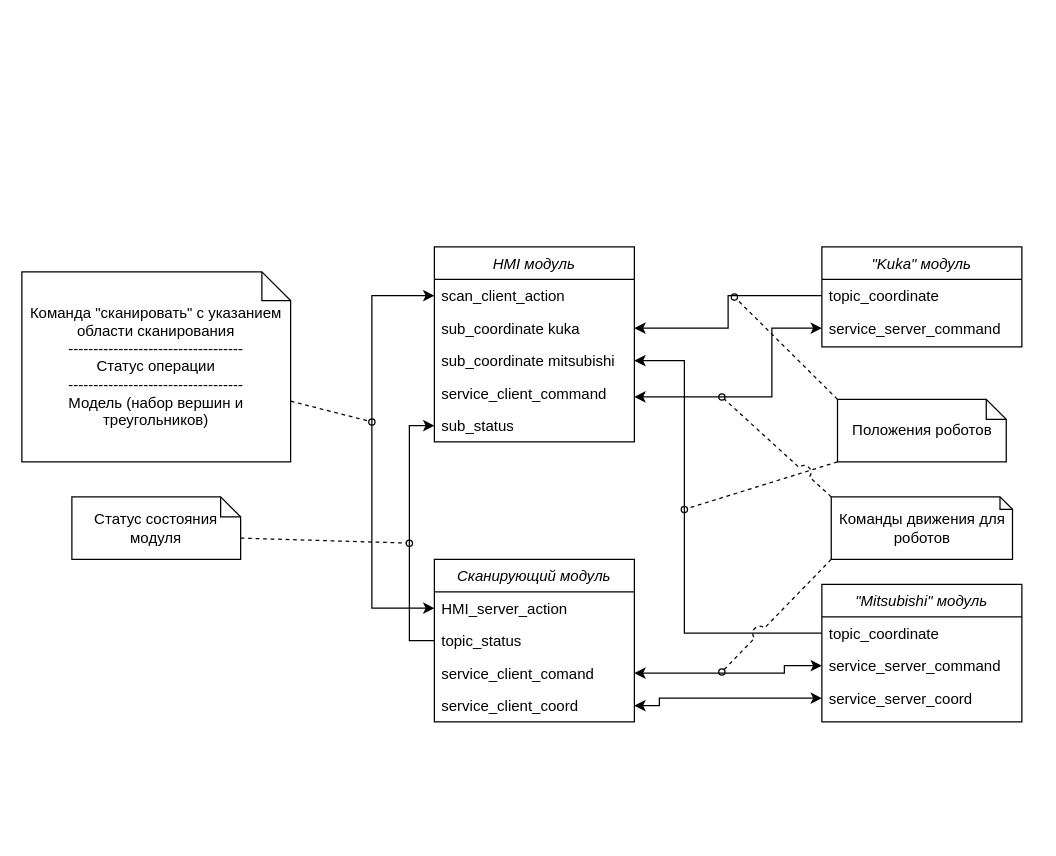
Above: UIElementsSchema/CommunicateStructure.drawio in zik-888/DemonOLP (draw.io), before the change. Source tidied: cells renumbered, new cells numbered last; positions are measured from the earlier drawing's top-left corner, leaving out a move shared by most shapes. Both pictures are drawn from the tidied source at 125%, with x=0, y=0 at pixel (21, 246).
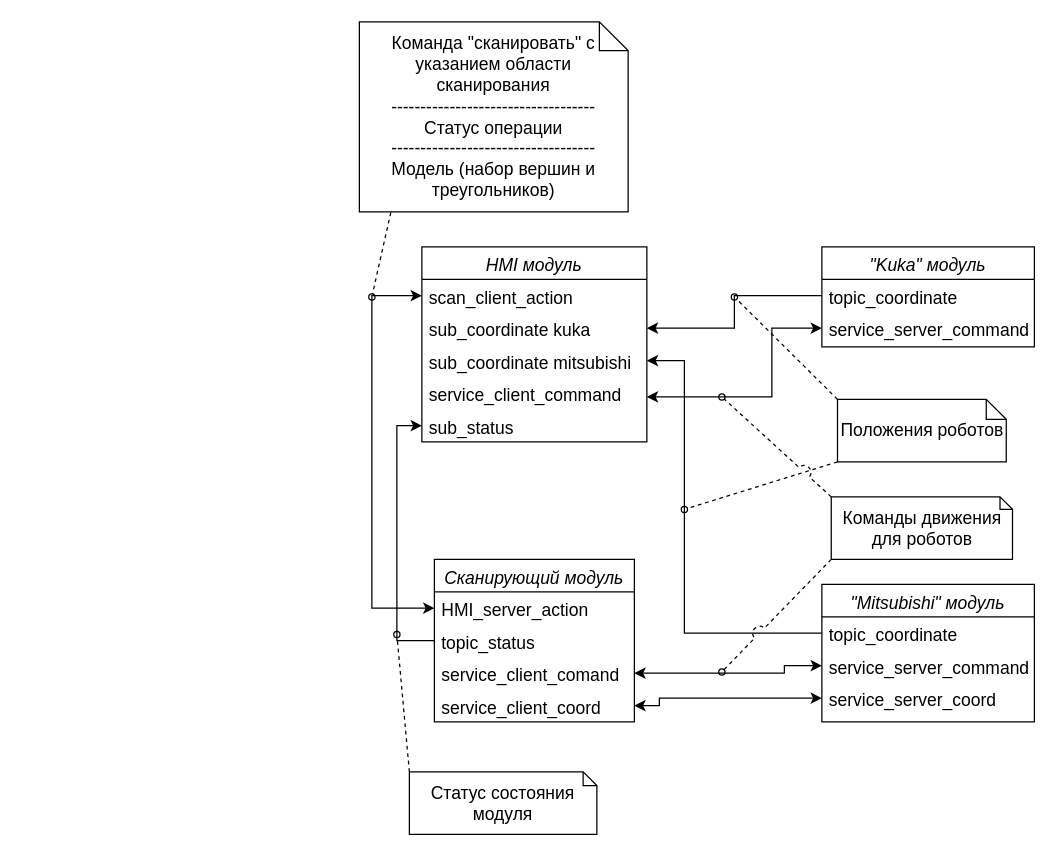
The same page after the edit.

What changed in the source:
```diff
@@
-    <mxCell id="2" value="&quot;Kuka&quot; модуль" style="swimlane;fontStyle=2;align=center;verticalAlign=top;horizontal=1;startSize=26;rounded=0;shadow=0;strokeWidth=1;" parent="1" vertex="1">
-      <mxGeometry x="640" width="160" height="80" as="geometry" />
+    <mxCell id="2" value="&quot;Kuka&quot; модуль" style="swimlane;fontStyle=2;align=center;verticalAlign=top;horizontal=1;startSize=26;rounded=0;shadow=0;strokeWidth=1;fontSize=14;" parent="1" vertex="1">
+      <mxGeometry x="640" width="170" height="80" as="geometry" />
     </mxCell>
-    <mxCell id="3" value="topic_coordinate" style="text;align=left;verticalAlign=top;spacingLeft=4;spacingRight=4;overflow=hidden;points=[[0,0.5],[1,0.5]];portConstraint=eastwest;" parent="2" vertex="1">
-      <mxGeometry y="26" width="160" height="26" as="geometry" />
+    <mxCell id="3" value="topic_coordinate" style="text;align=left;verticalAlign=top;spacingLeft=4;spacingRight=4;overflow=hidden;points=[[0,0.5],[1,0.5]];portConstraint=eastwest;fontSize=14;" parent="2" vertex="1">
+      <mxGeometry y="26" width="170" height="26" as="geometry" />
     </mxCell>
-    <mxCell id="4" value="service_server_command" style="text;align=left;verticalAlign=top;spacingLeft=4;spacingRight=4;overflow=hidden;points=[[0,0.5],[1,0.5]];portConstraint=eastwest;rounded=0;shadow=0;html=0;" parent="2" vertex="1">
-      <mxGeometry y="52" width="160" height="26" as="geometry" />
+    <mxCell id="4" value="service_server_command" style="text;align=left;verticalAlign=top;spacingLeft=4;spacingRight=4;overflow=hidden;points=[[0,0.5],[1,0.5]];portConstraint=eastwest;rounded=0;shadow=0;html=0;fontSize=14;" parent="2" vertex="1">
+      <mxGeometry y="52" width="170" height="26" as="geometry" />
     </mxCell>
-    <mxCell id="5" value="&quot;Mitsubishi&quot; модуль" style="swimlane;fontStyle=2;align=center;verticalAlign=top;horizontal=1;startSize=26;rounded=0;shadow=0;strokeWidth=1;" parent="1" vertex="1">
-      <mxGeometry x="640" y="270" width="160" height="110" as="geometry" />
+    <mxCell id="5" value="&quot;Mitsubishi&quot; модуль" style="swimlane;fontStyle=2;align=center;verticalAlign=top;horizontal=1;startSize=26;rounded=0;shadow=0;strokeWidth=1;fontSize=14;" parent="1" vertex="1">
+      <mxGeometry x="640" y="270" width="170" height="110" as="geometry" />
     </mxCell>
-    <mxCell id="6" value="topic_coordinate" style="text;align=left;verticalAlign=top;spacingLeft=4;spacingRight=4;overflow=hidden;points=[[0,0.5],[1,0.5]];portConstraint=eastwest;" parent="5" vertex="1">
-      <mxGeometry y="26" width="160" height="26" as="geometry" />
+    <mxCell id="6" value="topic_coordinate" style="text;align=left;verticalAlign=top;spacingLeft=4;spacingRight=4;overflow=hidden;points=[[0,0.5],[1,0.5]];portConstraint=eastwest;fontSize=14;" parent="5" vertex="1">
+      <mxGeometry y="26" width="170" height="26" as="geometry" />
     </mxCell>
-    <mxCell id="7" value="service_server_command" style="text;align=left;verticalAlign=top;spacingLeft=4;spacingRight=4;overflow=hidden;points=[[0,0.5],[1,0.5]];portConstraint=eastwest;rounded=0;shadow=0;html=0;" parent="5" vertex="1">
-      <mxGeometry y="52" width="160" height="26" as="geometry" />
+    <mxCell id="7" value="service_server_command" style="text;align=left;verticalAlign=top;spacingLeft=4;spacingRight=4;overflow=hidden;points=[[0,0.5],[1,0.5]];portConstraint=eastwest;rounded=0;shadow=0;html=0;fontSize=14;" parent="5" vertex="1">
+      <mxGeometry y="52" width="170" height="26" as="geometry" />
     </mxCell>
-    <mxCell id="8" value="service_server_coord" style="text;align=left;verticalAlign=top;spacingLeft=4;spacingRight=4;overflow=hidden;points=[[0,0.5],[1,0.5]];portConstraint=eastwest;rounded=0;shadow=0;html=0;" parent="5" vertex="1">
-      <mxGeometry y="78" width="160" height="26" as="geometry" />
+    <mxCell id="8" value="service_server_coord" style="text;align=left;verticalAlign=top;spacingLeft=4;spacingRight=4;overflow=hidden;points=[[0,0.5],[1,0.5]];portConstraint=eastwest;rounded=0;shadow=0;html=0;fontSize=14;" parent="5" vertex="1">
+      <mxGeometry y="78" width="170" height="26" as="geometry" />
     </mxCell>
-    <mxCell id="9" value="Сканирующий модуль" style="swimlane;fontStyle=2;align=center;verticalAlign=top;horizontal=1;startSize=26;rounded=0;shadow=0;strokeWidth=1;" parent="1" vertex="1">
+    <mxCell id="9" value="Сканирующий модуль" style="swimlane;fontStyle=2;align=center;verticalAlign=top;horizontal=1;startSize=26;rounded=0;shadow=0;strokeWidth=1;fontSize=14;" parent="1" vertex="1">
       <mxGeometry x="330" y="250" width="160" height="130" as="geometry" />
     </mxCell>
-    <mxCell id="10" value="HMI_server_action" style="text;align=left;verticalAlign=top;spacingLeft=4;spacingRight=4;overflow=hidden;points=[[0,0.5],[1,0.5]];portConstraint=eastwest;" parent="9" vertex="1">
+    <mxCell id="10" value="HMI_server_action" style="text;align=left;verticalAlign=top;spacingLeft=4;spacingRight=4;overflow=hidden;points=[[0,0.5],[1,0.5]];portConstraint=eastwest;fontSize=14;" parent="9" vertex="1">
       <mxGeometry y="26" width="160" height="26" as="geometry" />
     </mxCell>
-    <mxCell id="11" value="topic_status" style="text;align=left;verticalAlign=top;spacingLeft=4;spacingRight=4;overflow=hidden;points=[[0,0.5],[1,0.5]];portConstraint=eastwest;rounded=0;shadow=0;html=0;" parent="9" vertex="1">
+    <mxCell id="11" value="topic_status" style="text;align=left;verticalAlign=top;spacingLeft=4;spacingRight=4;overflow=hidden;points=[[0,0.5],[1,0.5]];portConstraint=eastwest;rounded=0;shadow=0;html=0;fontSize=14;" parent="9" vertex="1">
       <mxGeometry y="52" width="160" height="26" as="geometry" />
     </mxCell>
-    <mxCell id="12" value="service_client_comand" style="text;align=left;verticalAlign=top;spacingLeft=4;spacingRight=4;overflow=hidden;points=[[0,0.5],[1,0.5]];portConstraint=eastwest;rounded=0;shadow=0;html=0;" parent="9" vertex="1">
+    <mxCell id="12" value="service_client_comand" style="text;align=left;verticalAlign=top;spacingLeft=4;spacingRight=4;overflow=hidden;points=[[0,0.5],[1,0.5]];portConstraint=eastwest;rounded=0;shadow=0;html=0;fontSize=14;" parent="9" vertex="1">
       <mxGeometry y="78" width="160" height="26" as="geometry" />
     </mxCell>
-    <mxCell id="13" value="service_client_coord" style="text;align=left;verticalAlign=top;spacingLeft=4;spacingRight=4;overflow=hidden;points=[[0,0.5],[1,0.5]];portConstraint=eastwest;rounded=0;shadow=0;html=0;" parent="9" vertex="1">
+    <mxCell id="13" value="service_client_coord" style="text;align=left;verticalAlign=top;spacingLeft=4;spacingRight=4;overflow=hidden;points=[[0,0.5],[1,0.5]];portConstraint=eastwest;rounded=0;shadow=0;html=0;fontSize=14;" parent="9" vertex="1">
       <mxGeometry y="104" width="160" height="26" as="geometry" />
     </mxCell>
-    <mxCell id="14" value="HMI модуль" style="swimlane;fontStyle=2;align=center;verticalAlign=top;horizontal=1;startSize=26;rounded=0;shadow=0;strokeWidth=1;" parent="1" vertex="1">
-      <mxGeometry x="330" width="160" height="156" as="geometry" />
+    <mxCell id="14" value="HMI модуль" style="swimlane;fontStyle=2;align=center;verticalAlign=top;horizontal=1;startSize=26;rounded=0;shadow=0;strokeWidth=1;fontSize=14;" parent="1" vertex="1">
+      <mxGeometry x="320" width="180" height="156" as="geometry" />
     </mxCell>
-    <mxCell id="15" value="scan_client_action" style="text;align=left;verticalAlign=top;spacingLeft=4;spacingRight=4;overflow=hidden;points=[[0,0.5],[1,0.5]];portConstraint=eastwest;" parent="14" vertex="1">
-      <mxGeometry y="26" width="160" height="26" as="geometry" />
+    <mxCell id="15" value="scan_client_action" style="text;align=left;verticalAlign=top;spacingLeft=4;spacingRight=4;overflow=hidden;points=[[0,0.5],[1,0.5]];portConstraint=eastwest;fontSize=14;" parent="14" vertex="1">
+      <mxGeometry y="26" width="180" height="26" as="geometry" />
     </mxCell>
-    <mxCell id="16" value="sub_coordinate kuka" style="text;align=left;verticalAlign=top;spacingLeft=4;spacingRight=4;overflow=hidden;points=[[0,0.5],[1,0.5]];portConstraint=eastwest;rounded=0;shadow=0;html=0;" parent="14" vertex="1">
-      <mxGeometry y="52" width="160" height="26" as="geometry" />
+    <mxCell id="16" value="sub_coordinate kuka" style="text;align=left;verticalAlign=top;spacingLeft=4;spacingRight=4;overflow=hidden;points=[[0,0.5],[1,0.5]];portConstraint=eastwest;rounded=0;shadow=0;html=0;fontSize=14;" parent="14" vertex="1">
+      <mxGeometry y="52" width="180" height="26" as="geometry" />
     </mxCell>
-    <mxCell id="17" value="sub_coordinate mitsubishi" style="text;align=left;verticalAlign=top;spacingLeft=4;spacingRight=4;overflow=hidden;points=[[0,0.5],[1,0.5]];portConstraint=eastwest;rounded=0;shadow=0;html=0;" parent="14" vertex="1">
-      <mxGeometry y="78" width="160" height="26" as="geometry" />
+    <mxCell id="17" value="sub_coordinate mitsubishi" style="text;align=left;verticalAlign=top;spacingLeft=4;spacingRight=4;overflow=hidden;points=[[0,0.5],[1,0.5]];portConstraint=eastwest;rounded=0;shadow=0;html=0;fontSize=14;" parent="14" vertex="1">
+      <mxGeometry y="78" width="180" height="26" as="geometry" />
     </mxCell>
-    <mxCell id="18" value="service_client_command" style="text;align=left;verticalAlign=top;spacingLeft=4;spacingRight=4;overflow=hidden;points=[[0,0.5],[1,0.5]];portConstraint=eastwest;rounded=0;shadow=0;html=0;" parent="14" vertex="1">
-      <mxGeometry y="104" width="160" height="26" as="geometry" />
+    <mxCell id="18" value="service_client_command" style="text;align=left;verticalAlign=top;spacingLeft=4;spacingRight=4;overflow=hidden;points=[[0,0.5],[1,0.5]];portConstraint=eastwest;rounded=0;shadow=0;html=0;fontSize=14;" parent="14" vertex="1">
+      <mxGeometry y="104" width="180" height="26" as="geometry" />
     </mxCell>
-    <mxCell id="19" value="sub_status" style="text;align=left;verticalAlign=top;spacingLeft=4;spacingRight=4;overflow=hidden;points=[[0,0.5],[1,0.5]];portConstraint=eastwest;rounded=0;shadow=0;html=0;" parent="14" vertex="1">
-      <mxGeometry y="130" width="160" height="26" as="geometry" />
+    <mxCell id="19" value="sub_status" style="text;align=left;verticalAlign=top;spacingLeft=4;spacingRight=4;overflow=hidden;points=[[0,0.5],[1,0.5]];portConstraint=eastwest;rounded=0;shadow=0;html=0;fontSize=14;" parent="14" vertex="1">
+      <mxGeometry y="130" width="180" height="26" as="geometry" />
     </mxCell>
-    <mxCell id="20" style="edgeStyle=orthogonalEdgeStyle;rounded=0;jettySize=auto;html=1;exitX=0;exitY=0.5;exitDx=0;exitDy=0;entryX=0;entryY=0.5;entryDx=0;entryDy=0;startArrow=classic;startFill=1;" parent="1" edge="1" source="10" target="15">
+    <mxCell id="20" style="edgeStyle=orthogonalEdgeStyle;rounded=0;jettySize=auto;html=1;exitX=0;exitY=0.5;exitDx=0;exitDy=0;entryX=0;entryY=0.5;entryDx=0;entryDy=0;startArrow=classic;startFill=1;fontSize=14;" parent="1" edge="1" source="10" target="15">
       <mxGeometry relative="1" as="geometry">
         <Array as="points">
           <mxPoint x="280" y="289" />
           <mxPoint x="280" y="39" />
         </Array>
       </mxGeometry>
     </mxCell>
-    <mxCell id="21" style="edgeStyle=orthogonalEdgeStyle;rounded=0;jettySize=auto;html=1;entryX=0;entryY=0.5;entryDx=0;entryDy=0;startArrow=none;startFill=0;" parent="1" edge="1" source="11" target="19">
+    <mxCell id="21" style="edgeStyle=orthogonalEdgeStyle;rounded=0;jettySize=auto;html=1;entryX=0;entryY=0.5;entryDx=0;entryDy=0;startArrow=none;startFill=0;fontSize=14;" parent="1" edge="1" source="11" target="19">
       <mxGeometry relative="1" as="geometry" />
     </mxCell>
-    <mxCell id="22" style="edgeStyle=orthogonalEdgeStyle;rounded=0;jettySize=auto;html=1;exitX=0;exitY=0.5;exitDx=0;exitDy=0;startArrow=classic;startFill=1;" parent="1" edge="1" source="7" target="12">
+    <mxCell id="22" style="edgeStyle=orthogonalEdgeStyle;rounded=0;jettySize=auto;html=1;exitX=0;exitY=0.5;exitDx=0;exitDy=0;startArrow=classic;startFill=1;fontSize=14;" parent="1" edge="1" source="7" target="12">
       <mxGeometry relative="1" as="geometry">
         <Array as="points">
           <mxPoint x="610" y="335" />
           <mxPoint x="610" y="341" />
         </Array>
       </mxGeometry>
     </mxCell>
-    <mxCell id="23" style="edgeStyle=orthogonalEdgeStyle;rounded=0;jettySize=auto;html=1;startArrow=classic;startFill=1;exitX=0;exitY=0.5;exitDx=0;exitDy=0;" parent="1" edge="1" source="8" target="13">
+    <mxCell id="23" style="edgeStyle=orthogonalEdgeStyle;rounded=0;jettySize=auto;html=1;startArrow=classic;startFill=1;exitX=0;exitY=0.5;exitDx=0;exitDy=0;fontSize=14;" parent="1" edge="1" source="8" target="13">
       <mxGeometry relative="1" as="geometry">
         <Array as="points">
           <mxPoint x="510" y="361" />
           <mxPoint x="510" y="367" />
         </Array>
       </mxGeometry>
     </mxCell>
-    <mxCell id="24" style="edgeStyle=orthogonalEdgeStyle;rounded=0;jettySize=auto;html=1;exitX=0;exitY=0.5;exitDx=0;exitDy=0;startArrow=none;startFill=0;entryX=1;entryY=0.5;entryDx=0;entryDy=0;" parent="1" edge="1" source="6" target="17">
+    <mxCell id="24" style="edgeStyle=orthogonalEdgeStyle;rounded=0;jettySize=auto;html=1;exitX=0;exitY=0.5;exitDx=0;exitDy=0;startArrow=none;startFill=0;entryX=1;entryY=0.5;entryDx=0;entryDy=0;fontSize=14;" parent="1" edge="1" source="6" target="17">
       <mxGeometry relative="1" as="geometry">
         <Array as="points">
           <mxPoint x="530" y="309" />
           <mxPoint x="530" y="91" />
         </Array>
       </mxGeometry>
     </mxCell>
-    <mxCell id="25" style="edgeStyle=orthogonalEdgeStyle;rounded=0;jettySize=auto;html=1;startArrow=none;startFill=0;" parent="1" edge="1" source="3" target="16">
+    <mxCell id="25" style="edgeStyle=orthogonalEdgeStyle;rounded=0;jettySize=auto;html=1;startArrow=none;startFill=0;fontSize=14;" parent="1" edge="1" source="3" target="16">
       <mxGeometry relative="1" as="geometry" />
     </mxCell>
-    <mxCell id="26" style="edgeStyle=orthogonalEdgeStyle;rounded=0;jettySize=auto;html=1;startArrow=classic;startFill=1;" parent="1" edge="1" source="4" target="18">
+    <mxCell id="26" style="edgeStyle=orthogonalEdgeStyle;rounded=0;jettySize=auto;html=1;startArrow=classic;startFill=1;fontSize=14;" parent="1" edge="1" source="4" target="18">
       <mxGeometry relative="1" as="geometry">
         <Array as="points">
           <mxPoint x="600" y="65" />
           <mxPoint x="600" y="120" />
         </Array>
       </mxGeometry>
     </mxCell>
-    <mxCell id="27" style="edgeStyle=none;rounded=0;html=1;labelBackgroundColor=none;startArrow=none;startFill=0;startSize=5;endArrow=oval;endFill=0;endSize=5;jettySize=auto;strokeWidth=1;fontFamily=Verdana;fontSize=12;dashed=1;" parent="1" edge="1" source="28">
+    <mxCell id="27" style="edgeStyle=none;rounded=0;html=1;labelBackgroundColor=none;startArrow=none;startFill=0;startSize=5;endArrow=oval;endFill=0;endSize=5;jettySize=auto;strokeWidth=1;fontFamily=Verdana;fontSize=14;dashed=1;exitX=0.117;exitY=1.003;exitDx=0;exitDy=0;exitPerimeter=0;" parent="1" edge="1" source="28">
       <mxGeometry relative="1" as="geometry">
-        <mxPoint x="280" y="140" as="targetPoint" />
+        <mxPoint x="280" y="40" as="targetPoint" />
       </mxGeometry>
     </mxCell>
-    <mxCell id="28" value="&lt;span style=&quot;font-family: &amp;#34;helvetica&amp;#34;&quot;&gt;Команда &quot;сканировать&quot; с указанием области сканирования&lt;/span&gt;&lt;br style=&quot;font-family: &amp;#34;helvetica&amp;#34;&quot;&gt;&lt;span style=&quot;font-family: &amp;#34;helvetica&amp;#34;&quot;&gt;-----------------------------------&lt;/span&gt;&lt;br style=&quot;font-family: &amp;#34;helvetica&amp;#34;&quot;&gt;&lt;span style=&quot;font-family: &amp;#34;helvetica&amp;#34;&quot;&gt;Статус операции&lt;/span&gt;&lt;br style=&quot;font-family: &amp;#34;helvetica&amp;#34;&quot;&gt;&lt;span style=&quot;font-family: &amp;#34;helvetica&amp;#34;&quot;&gt;-----------------------------------&lt;/span&gt;&lt;br style=&quot;font-family: &amp;#34;helvetica&amp;#34;&quot;&gt;&lt;span style=&quot;font-family: &amp;#34;helvetica&amp;#34;&quot;&gt;Модель (набор вершин и треугольников)&lt;/span&gt;" style="shape=note;whiteSpace=wrap;html=1;rounded=0;shadow=0;comic=0;labelBackgroundColor=none;strokeWidth=1;fontFamily=Verdana;fontSize=12;align=center;size=23;" parent="1" vertex="1">
-      <mxGeometry y="20" width="215" height="152" as="geometry" />
+    <mxCell id="28" value="&lt;span style=&quot;font-family: helvetica; font-size: 14px;&quot;&gt;Команда &quot;сканировать&quot; с указанием области сканирования&lt;/span&gt;&lt;br style=&quot;font-family: helvetica; font-size: 14px;&quot;&gt;&lt;span style=&quot;font-family: helvetica; font-size: 14px;&quot;&gt;-----------------------------------&lt;/span&gt;&lt;br style=&quot;font-family: helvetica; font-size: 14px;&quot;&gt;&lt;span style=&quot;font-family: helvetica; font-size: 14px;&quot;&gt;Статус операции&lt;/span&gt;&lt;br style=&quot;font-family: helvetica; font-size: 14px;&quot;&gt;&lt;span style=&quot;font-family: helvetica; font-size: 14px;&quot;&gt;-----------------------------------&lt;/span&gt;&lt;br style=&quot;font-family: helvetica; font-size: 14px;&quot;&gt;&lt;span style=&quot;font-family: helvetica; font-size: 14px;&quot;&gt;Модель (набор вершин и треугольников)&lt;/span&gt;" style="shape=note;whiteSpace=wrap;html=1;rounded=0;shadow=0;comic=0;labelBackgroundColor=none;strokeWidth=1;fontFamily=Verdana;fontSize=14;align=center;size=23;" parent="1" vertex="1">
+      <mxGeometry x="270" y="-180" width="215" height="152" as="geometry" />
     </mxCell>
-    <mxCell id="29" value="&lt;font face=&quot;helvetica&quot;&gt;Статус состояния модуля&lt;/font&gt;" style="shape=note;whiteSpace=wrap;html=1;rounded=0;shadow=0;comic=0;labelBackgroundColor=none;strokeWidth=1;fontFamily=Verdana;fontSize=12;align=center;size=16;" parent="1" vertex="1">
-      <mxGeometry x="40" y="200" width="135" height="50" as="geometry" />
+    <mxCell id="29" value="&lt;font face=&quot;helvetica&quot; style=&quot;font-size: 14px;&quot;&gt;Статус состояния модуля&lt;/font&gt;" style="shape=note;whiteSpace=wrap;html=1;rounded=0;shadow=0;comic=0;labelBackgroundColor=none;strokeWidth=1;fontFamily=Verdana;fontSize=14;align=center;size=11;" parent="1" vertex="1">
+      <mxGeometry x="310" y="420" width="150" height="50" as="geometry" />
     </mxCell>
-    <mxCell id="30" style="edgeStyle=none;rounded=0;html=1;labelBackgroundColor=none;startArrow=none;startFill=0;startSize=5;endArrow=oval;endFill=0;endSize=5;jettySize=auto;strokeWidth=1;fontFamily=Verdana;fontSize=12;dashed=1;exitX=0;exitY=0;exitDx=135;exitDy=33;exitPerimeter=0;" parent="1" edge="1" source="29">
+    <mxCell id="30" style="edgeStyle=none;rounded=0;html=1;labelBackgroundColor=none;startArrow=none;startFill=0;startSize=5;endArrow=oval;endFill=0;endSize=5;jettySize=auto;strokeWidth=1;fontFamily=Verdana;fontSize=14;dashed=1;exitX=0;exitY=0;exitDx=0;exitDy=0;exitPerimeter=0;" parent="1" edge="1" source="29">
       <mxGeometry relative="1" as="geometry">
-        <mxPoint x="310" y="237" as="targetPoint" />
+        <mxPoint x="300" y="310" as="targetPoint" />
       </mxGeometry>
     </mxCell>
-    <mxCell id="31" value="&lt;font face=&quot;helvetica&quot;&gt;Положения роботов&lt;/font&gt;" style="shape=note;whiteSpace=wrap;html=1;rounded=0;shadow=0;comic=0;labelBackgroundColor=none;strokeWidth=1;fontFamily=Verdana;fontSize=12;align=center;size=16;" parent="1" vertex="1">
+    <mxCell id="31" value="&lt;font face=&quot;helvetica&quot; style=&quot;font-size: 14px;&quot;&gt;Положения роботов&lt;/font&gt;" style="shape=note;whiteSpace=wrap;html=1;rounded=0;shadow=0;comic=0;labelBackgroundColor=none;strokeWidth=1;fontFamily=Verdana;fontSize=14;align=center;size=16;" parent="1" vertex="1">
       <mxGeometry x="652.5" y="122" width="135" height="50" as="geometry" />
     </mxCell>
-    <mxCell id="32" style="edgeStyle=none;rounded=0;html=1;labelBackgroundColor=none;startArrow=none;startFill=0;startSize=5;endArrow=oval;endFill=0;endSize=5;jettySize=auto;strokeWidth=1;fontFamily=Verdana;fontSize=12;dashed=1;exitX=0;exitY=1;exitDx=0;exitDy=0;exitPerimeter=0;" parent="1" edge="1" source="31">
+    <mxCell id="32" style="edgeStyle=none;rounded=0;html=1;labelBackgroundColor=none;startArrow=none;startFill=0;startSize=5;endArrow=oval;endFill=0;endSize=5;jettySize=auto;strokeWidth=1;fontFamily=Verdana;fontSize=14;dashed=1;exitX=0;exitY=1;exitDx=0;exitDy=0;exitPerimeter=0;" parent="1" edge="1" source="31">
       <mxGeometry relative="1" as="geometry">
         <mxPoint x="530" y="210" as="targetPoint" />
       </mxGeometry>
     </mxCell>
-    <mxCell id="33" style="edgeStyle=none;rounded=0;html=1;labelBackgroundColor=none;startArrow=none;startFill=0;startSize=5;endArrow=oval;endFill=0;endSize=5;jettySize=auto;strokeWidth=1;fontFamily=Verdana;fontSize=12;dashed=1;exitX=0;exitY=0;exitDx=0;exitDy=0;exitPerimeter=0;" parent="1" edge="1" source="31">
+    <mxCell id="33" style="edgeStyle=none;rounded=0;html=1;labelBackgroundColor=none;startArrow=none;startFill=0;startSize=5;endArrow=oval;endFill=0;endSize=5;jettySize=auto;strokeWidth=1;fontFamily=Verdana;fontSize=14;dashed=1;exitX=0;exitY=0;exitDx=0;exitDy=0;exitPerimeter=0;" parent="1" edge="1" source="31">
       <mxGeometry relative="1" as="geometry">
         <mxPoint x="570" y="40" as="targetPoint" />
       </mxGeometry>
     </mxCell>
-    <mxCell id="34" value="&lt;font face=&quot;helvetica&quot;&gt;Команды движения для роботов&lt;/font&gt;" style="shape=note;whiteSpace=wrap;html=1;rounded=0;shadow=0;comic=0;labelBackgroundColor=none;strokeWidth=1;fontFamily=Verdana;fontSize=12;align=center;size=10;" parent="1" vertex="1">
+    <mxCell id="34" value="&lt;font face=&quot;helvetica&quot; style=&quot;font-size: 14px;&quot;&gt;Команды движения для роботов&lt;/font&gt;" style="shape=note;whiteSpace=wrap;html=1;rounded=0;shadow=0;comic=0;labelBackgroundColor=none;strokeWidth=1;fontFamily=Verdana;fontSize=14;align=center;size=10;" parent="1" vertex="1">
       <mxGeometry x="647.5" y="200" width="145" height="50" as="geometry" />
     </mxCell>
-    <mxCell id="35" style="edgeStyle=none;rounded=0;html=1;labelBackgroundColor=none;startArrow=none;startFill=0;startSize=5;endArrow=oval;endFill=0;endSize=5;jettySize=auto;strokeWidth=1;fontFamily=Verdana;fontSize=12;dashed=1;exitX=0;exitY=0;exitDx=0;exitDy=0;exitPerimeter=0;jumpStyle=arc;jumpSize=11;" parent="1" edge="1" source="34">
+    <mxCell id="35" style="edgeStyle=none;rounded=0;html=1;labelBackgroundColor=none;startArrow=none;startFill=0;startSize=5;endArrow=oval;endFill=0;endSize=5;jettySize=auto;strokeWidth=1;fontFamily=Verdana;fontSize=14;dashed=1;exitX=0;exitY=0;exitDx=0;exitDy=0;exitPerimeter=0;jumpStyle=arc;jumpSize=11;" parent="1" edge="1" source="34">
       <mxGeometry relative="1" as="geometry">
         <mxPoint x="560" y="120" as="targetPoint" />
       </mxGeometry>
     </mxCell>
-    <mxCell id="36" style="edgeStyle=none;rounded=0;html=1;labelBackgroundColor=none;startArrow=none;startFill=0;startSize=5;endArrow=oval;endFill=0;endSize=5;jettySize=auto;strokeWidth=1;fontFamily=Verdana;fontSize=12;dashed=1;exitX=0;exitY=1;exitDx=0;exitDy=0;exitPerimeter=0;jumpStyle=arc;jumpSize=11;" parent="1" edge="1" source="34">
+    <mxCell id="36" style="edgeStyle=none;rounded=0;html=1;labelBackgroundColor=none;startArrow=none;startFill=0;startSize=5;endArrow=oval;endFill=0;endSize=5;jettySize=auto;strokeWidth=1;fontFamily=Verdana;fontSize=14;dashed=1;exitX=0;exitY=1;exitDx=0;exitDy=0;exitPerimeter=0;jumpStyle=arc;jumpSize=11;" parent="1" edge="1" source="34">
       <mxGeometry relative="1" as="geometry">
         <mxPoint x="560" y="340" as="targetPoint" />
       </mxGeometry>
     </mxCell>
```
